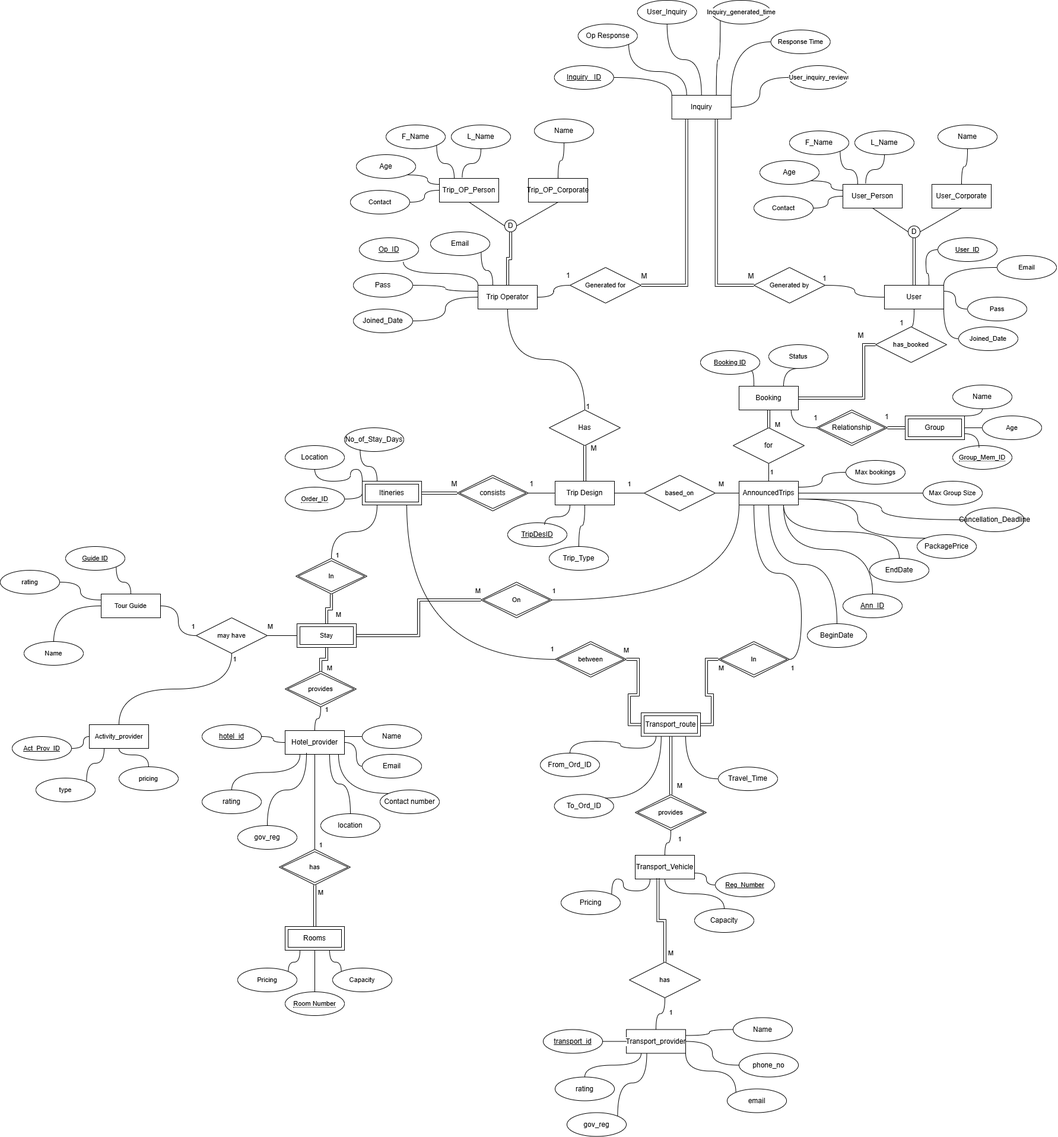
Above: TravelEase Project/Projectr_EERD_draft.drawio.png in Hamza-S79/TravelEase (draw.io), before the change. Source tidied: cells renumbered, new cells last; positions are measured from the earlier drawing's top-left corner, leaving out a move shared by most shapes.
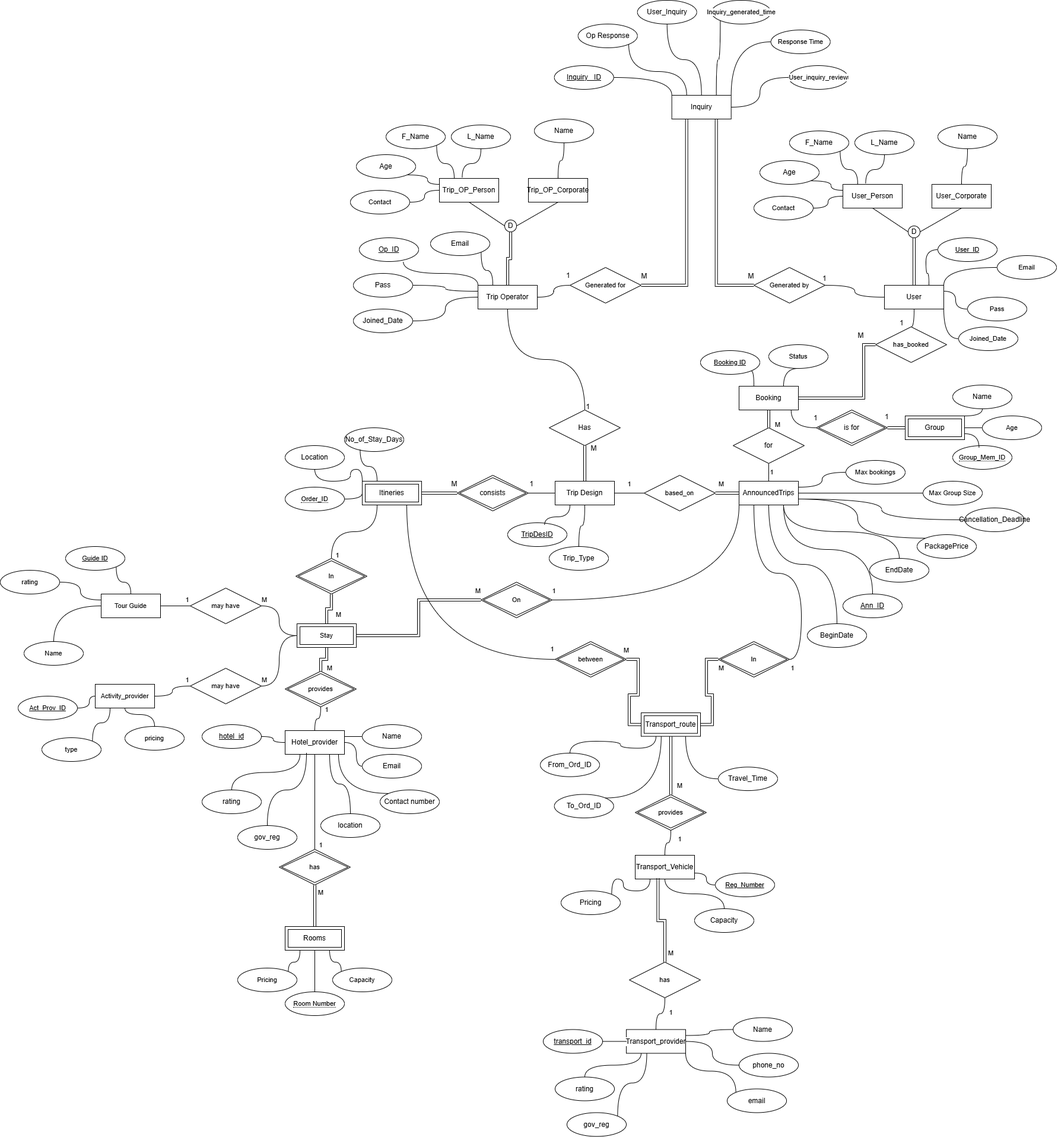
Later version of the same file.

The edit, as a diff of the source:
```diff
@@ -56,7 +56,7 @@
     <mxCell id="19" value="Has" style="shape=rhombus;perimeter=rhombusPerimeter;whiteSpace=wrap;html=1;align=center;fontFamily=Helvetica;fontSize=12;labelBackgroundColor=none;" parent="2" vertex="1">
       <mxGeometry x="390" y="170" width="120" height="60" as="geometry" />
     </mxCell>
-    <mxCell id="20" style="edgeStyle=orthogonalEdgeStyle;shape=connector;curved=1;rounded=0;jettySize=auto;html=1;exitX=1;exitY=0.5;exitDx=0;exitDy=0;entryX=0;entryY=0.5;entryDx=0;entryDy=0;align=center;verticalAlign=middle;fontFamily=Helvetica;fontSize=11;fontColor=default;labelBackgroundColor=none;startFill=0;endArrow=none;" parent="2" edge="1" source="21" target="23">
+    <mxCell id="20" style="edgeStyle=orthogonalEdgeStyle;shape=link;curved=1;rounded=0;jettySize=auto;html=1;exitX=1;exitY=0.5;exitDx=0;exitDy=0;entryX=0;entryY=0.5;entryDx=0;entryDy=0;align=center;verticalAlign=middle;fontFamily=Helvetica;fontSize=11;fontColor=default;labelBackgroundColor=none;startFill=0;endArrow=none;" parent="2" edge="1" source="21" target="23">
       <mxGeometry relative="1" as="geometry" />
     </mxCell>
     <mxCell id="21" value="based_on" style="shape=rhombus;perimeter=rhombusPerimeter;whiteSpace=wrap;html=1;align=center;fontFamily=Helvetica;fontSize=11;labelBackgroundColor=none;" parent="2" vertex="1">
@@ -136,7 +136,7 @@
     <mxCell id="44" value="Name" style="ellipse;whiteSpace=wrap;html=1;align=center;fontFamily=Helvetica;fontSize=12;fontColor=default;labelBackgroundColor=default;" parent="2" vertex="1">
       <mxGeometry x="1070" y="128" width="100" height="40" as="geometry" />
     </mxCell>
-    <mxCell id="45" value="Relationship" style="shape=rhombus;double=1;perimeter=rhombusPerimeter;whiteSpace=wrap;html=1;align=center;fontFamily=Helvetica;fontSize=12;fontColor=default;labelBackgroundColor=default;" parent="2" vertex="1">
+    <mxCell id="45" value="is for" style="shape=rhombus;double=1;perimeter=rhombusPerimeter;whiteSpace=wrap;html=1;align=center;fontFamily=Helvetica;fontSize=12;fontColor=default;labelBackgroundColor=default;" parent="2" vertex="1">
       <mxGeometry x="840" y="170" width="120" height="60" as="geometry" />
     </mxCell>
     <mxCell id="46" style="edgeStyle=orthogonalEdgeStyle;shape=connector;curved=1;rounded=0;jettySize=auto;html=1;exitX=0;exitY=0.5;exitDx=0;exitDy=0;entryX=0.878;entryY=1.006;entryDx=0;entryDy=0;entryPerimeter=0;strokeColor=default;align=center;verticalAlign=middle;fontFamily=Helvetica;fontSize=12;fontColor=default;labelBackgroundColor=default;startFill=0;startSize=8;endArrow=none;endSize=8;" parent="2" edge="1" source="45" target="27">
@@ -516,6 +516,9 @@
     <mxCell id="170" style="edgeStyle=orthogonalEdgeStyle;shape=connector;curved=1;rounded=0;jettySize=auto;html=1;exitX=0;exitY=0.5;exitDx=0;exitDy=0;entryX=1;entryY=0.5;entryDx=0;entryDy=0;strokeColor=default;align=center;verticalAlign=middle;fontFamily=Helvetica;fontSize=11;fontColor=default;labelBackgroundColor=default;startFill=0;endArrow=none;" parent="1" edge="1" source="171" target="190">
       <mxGeometry relative="1" as="geometry" />
     </mxCell>
+    <mxCell id="264" style="edgeStyle=orthogonalEdgeStyle;rounded=0;jettySize=auto;html=1;exitX=0;exitY=0.5;exitDx=0;exitDy=0;entryX=1;entryY=0.5;entryDx=0;entryDy=0;curved=1;endArrow=none;startFill=0;" parent="1" edge="1" source="171" target="266">
+      <mxGeometry relative="1" as="geometry" />
+    </mxCell>
     <mxCell id="171" value="Stay" style="shape=ext;margin=3;double=1;whiteSpace=wrap;html=1;align=center;fontFamily=Helvetica;fontSize=11;fontColor=default;labelBackgroundColor=default;" parent="1" vertex="1">
       <mxGeometry x="500" y="1050" width="100" height="40" as="geometry" />
     </mxCell>
@@ -574,7 +577,7 @@
       <mxGeometry relative="1" as="geometry" />
     </mxCell>
     <mxCell id="190" value="may have" style="shape=rhombus;perimeter=rhombusPerimeter;whiteSpace=wrap;html=1;align=center;fontFamily=Helvetica;fontSize=11;fontColor=default;labelBackgroundColor=default;" parent="1" vertex="1">
-      <mxGeometry x="330" y="1040" width="120" height="60" as="geometry" />
+      <mxGeometry x="320" y="990" width="120" height="60" as="geometry" />
     </mxCell>
     <mxCell id="191" style="group;" parent="1" vertex="1">
       <mxGeometry y="920" width="270" height="200" as="geometry" />
@@ -601,38 +604,35 @@
       <mxGeometry x="40" y="160" width="100" height="40" as="geometry" />
     </mxCell>
     <mxCell id="199" value="1" style="text;html=1;align=center;verticalAlign=middle;strokeColor=none;fillColor=none;fontFamily=Helvetica;fontSize=11;fontColor=default;labelBackgroundColor=default;" parent="1" vertex="1">
-      <mxGeometry x="310" y="1040" width="30" height="30" as="geometry" />
+      <mxGeometry x="300" y="995" width="30" height="30" as="geometry" />
     </mxCell>
     <mxCell id="200" value="M" style="text;html=1;align=center;verticalAlign=middle;strokeColor=none;fillColor=none;fontFamily=Helvetica;fontSize=11;fontColor=default;labelBackgroundColor=default;" parent="1" vertex="1">
-      <mxGeometry x="440" y="1040" width="30" height="30" as="geometry" />
+      <mxGeometry x="430" y="995" width="30" height="30" as="geometry" />
     </mxCell>
-    <mxCell id="201" style="edgeStyle=orthogonalEdgeStyle;shape=connector;curved=1;rounded=0;jettySize=auto;html=1;exitX=0.5;exitY=0;exitDx=0;exitDy=0;entryX=0.5;entryY=1;entryDx=0;entryDy=0;strokeColor=default;align=center;verticalAlign=middle;fontFamily=Helvetica;fontSize=11;fontColor=default;labelBackgroundColor=default;startFill=0;endArrow=none;" parent="1" edge="1" source="202" target="190">
-      <mxGeometry relative="1" as="geometry" />
-    </mxCell>
+    <mxCell id="265" style="edgeStyle=orthogonalEdgeStyle;rounded=0;jettySize=auto;html=1;exitX=1;exitY=0.5;exitDx=0;exitDy=0;curved=1;endArrow=none;startFill=0;" parent="1" edge="1" source="202" target="266">
+      <mxGeometry relative="1" as="geometry" />
+    </mxCell>
     <mxCell id="202" value="Activity_provider" style="whiteSpace=wrap;html=1;align=center;fontFamily=Helvetica;fontSize=11;fontColor=default;labelBackgroundColor=default;" parent="1" vertex="1">
-      <mxGeometry x="150" y="1220" width="100" height="40" as="geometry" />
+      <mxGeometry x="160" y="1152" width="100" height="40" as="geometry" />
     </mxCell>
     <mxCell id="203" style="edgeStyle=orthogonalEdgeStyle;shape=connector;curved=1;rounded=0;jettySize=auto;html=1;entryX=0;entryY=0.5;entryDx=0;entryDy=0;strokeColor=default;align=center;verticalAlign=middle;fontFamily=Helvetica;fontSize=11;fontColor=default;labelBackgroundColor=default;startFill=0;endArrow=none;" parent="1" edge="1" source="204" target="202">
       <mxGeometry relative="1" as="geometry" />
     </mxCell>
     <mxCell id="204" value="Act_Prov_ID" style="ellipse;whiteSpace=wrap;html=1;align=center;fontStyle=4;fontFamily=Helvetica;fontSize=11;fontColor=default;labelBackgroundColor=default;" parent="1" vertex="1">
-      <mxGeometry x="20" y="1240" width="100" height="40" as="geometry" />
+      <mxGeometry x="30" y="1172" width="100" height="40" as="geometry" />
     </mxCell>
     <mxCell id="205" style="edgeStyle=orthogonalEdgeStyle;shape=connector;curved=1;rounded=0;jettySize=auto;html=1;exitX=1;exitY=0;exitDx=0;exitDy=0;entryX=0.25;entryY=1;entryDx=0;entryDy=0;strokeColor=default;align=center;verticalAlign=middle;fontFamily=Helvetica;fontSize=11;fontColor=default;labelBackgroundColor=default;startFill=0;endArrow=none;" parent="1" edge="1" source="206" target="202">
       <mxGeometry relative="1" as="geometry" />
     </mxCell>
     <mxCell id="206" value="type" style="ellipse;whiteSpace=wrap;html=1;align=center;fontFamily=Helvetica;fontSize=11;fontColor=default;labelBackgroundColor=default;" parent="1" vertex="1">
-      <mxGeometry x="60" y="1310" width="100" height="40" as="geometry" />
+      <mxGeometry x="70" y="1242" width="100" height="40" as="geometry" />
     </mxCell>
     <mxCell id="207" style="edgeStyle=orthogonalEdgeStyle;shape=connector;curved=1;rounded=0;jettySize=auto;html=1;exitX=0.5;exitY=0;exitDx=0;exitDy=0;entryX=0.5;entryY=1;entryDx=0;entryDy=0;strokeColor=default;align=center;verticalAlign=middle;fontFamily=Helvetica;fontSize=11;fontColor=default;labelBackgroundColor=default;startFill=0;endArrow=none;" parent="1" edge="1" source="208" target="202">
       <mxGeometry relative="1" as="geometry" />
     </mxCell>
     <mxCell id="208" value="pricing" style="ellipse;whiteSpace=wrap;html=1;align=center;fontFamily=Helvetica;fontSize=11;fontColor=default;labelBackgroundColor=default;" parent="1" vertex="1">
-      <mxGeometry x="200" y="1291" width="100" height="40" as="geometry" />
+      <mxGeometry x="210" y="1223" width="100" height="40" as="geometry" />
     </mxCell>
-    <mxCell id="209" value="1" style="text;html=1;align=center;verticalAlign=middle;strokeColor=none;fillColor=none;fontFamily=Helvetica;fontSize=11;fontColor=default;labelBackgroundColor=default;" parent="1" vertex="1">
-      <mxGeometry x="380" y="1095" width="30" height="30" as="geometry" />
-    </mxCell>
     <mxCell id="210" value="Ann_ID" style="ellipse;whiteSpace=wrap;html=1;align=center;fontStyle=4;fontFamily=Helvetica;fontSize=12;labelBackgroundColor=none;" parent="1" vertex="1">
       <mxGeometry x="1420" y="1000" width="100" height="40" as="geometry" />
     </mxCell>
@@ -795,5 +795,14 @@
     <mxCell id="263" value="Reg_Number" style="ellipse;whiteSpace=wrap;html=1;align=center;fontStyle=4;strokeColor=default;verticalAlign=middle;fontFamily=Helvetica;fontSize=11;fontColor=default;labelBackgroundColor=default;fillColor=default;" parent="1" vertex="1">
       <mxGeometry x="1205" y="1470" width="100" height="40" as="geometry" />
     </mxCell>
+    <mxCell id="266" value="may have" style="shape=rhombus;perimeter=rhombusPerimeter;whiteSpace=wrap;html=1;align=center;fontFamily=Helvetica;fontSize=11;fontColor=default;labelBackgroundColor=default;" parent="1" vertex="1">
+      <mxGeometry x="320" y="1125" width="120" height="60" as="geometry" />
+    </mxCell>
+    <mxCell id="209" value="1" style="text;html=1;align=center;verticalAlign=middle;strokeColor=none;fillColor=none;fontFamily=Helvetica;fontSize=11;fontColor=default;labelBackgroundColor=default;" parent="1" vertex="1">
+      <mxGeometry x="300" y="1130" width="30" height="30" as="geometry" />
+    </mxCell>
+    <mxCell id="267" value="M" style="text;html=1;align=center;verticalAlign=middle;strokeColor=none;fillColor=none;fontFamily=Helvetica;fontSize=11;fontColor=default;labelBackgroundColor=default;" parent="1" vertex="1">
+      <mxGeometry x="430" y="1130" width="30" height="30" as="geometry" />
+    </mxCell>
   </root>
 </mxGraphModel>
```
